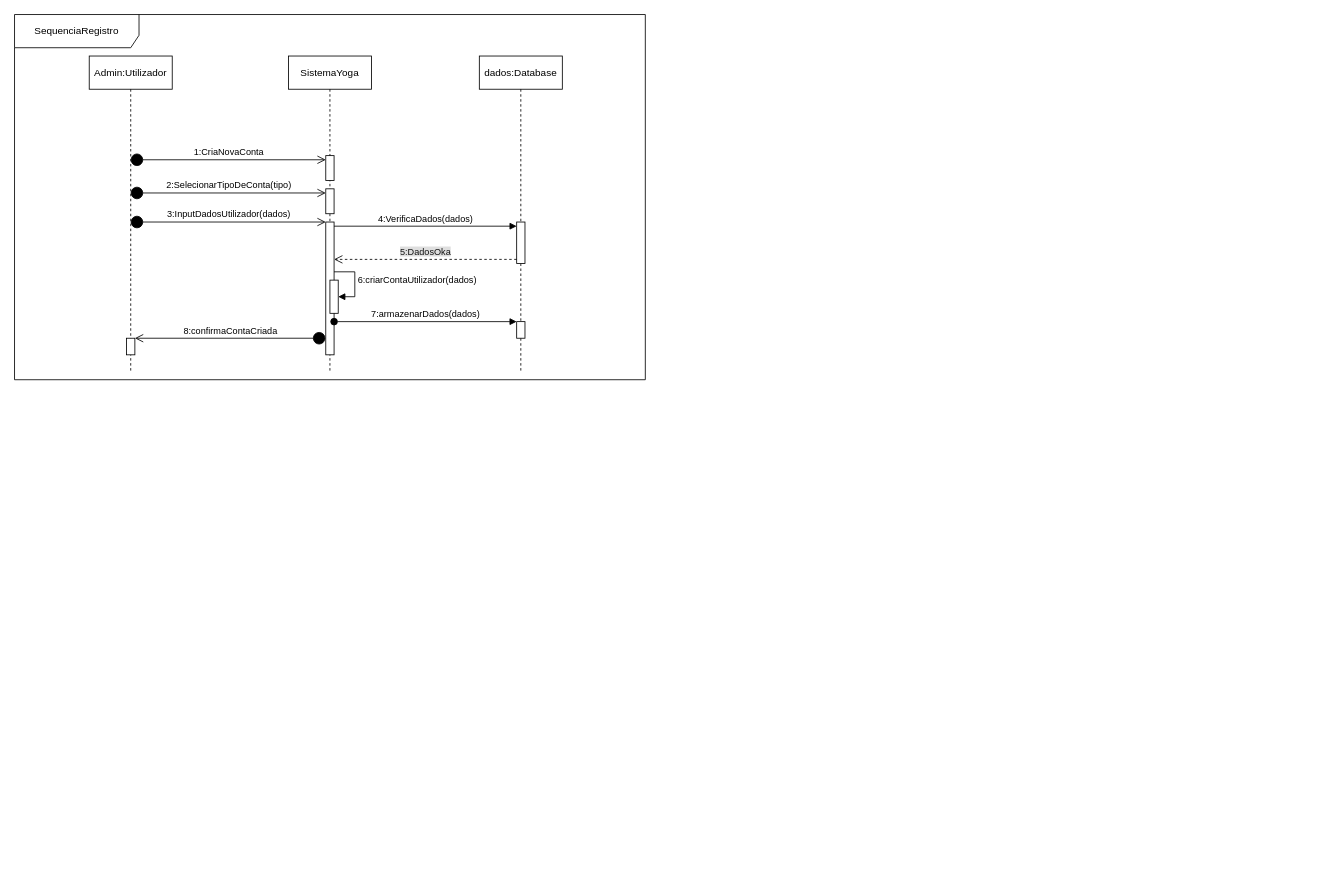
Above: page "Sequencia" (4 of 4) of Diagramas UML.drawio in Esmael285/TecWeb26 (draw.io), before the change. Source tidied: cells renumbered, new cells numbered last; positions are measured from the earlier drawing's top-left corner, leaving out a move shared by most shapes. Both pictures are drawn from the tidied source at 83%, with x=0, y=0 at pixel (14, 14).
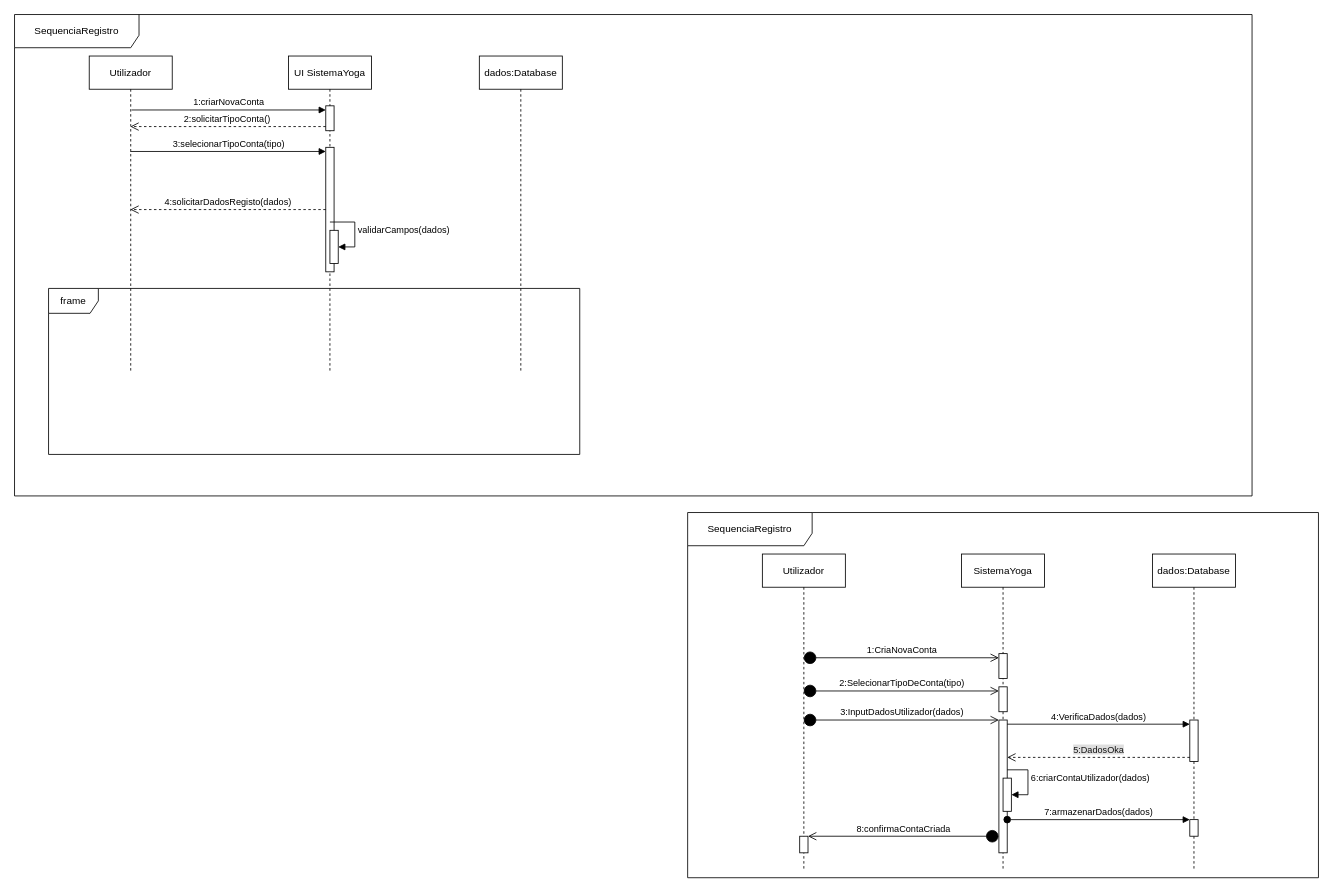
After the change.

Change to the diagram source:
```diff
@@
     <mxCell id="2" value="SequenciaRegistro" style="shape=umlFrame;whiteSpace=wrap;html=1;width=150;height=40;" parent="1" vertex="1">
-      <mxGeometry width="760" height="440" as="geometry" />
+      <mxGeometry width="1491" height="580" as="geometry" />
     </mxCell>
-    <mxCell id="3" value="Admin:Utilizador" style="shape=umlLifeline;perimeter=lifelinePerimeter;whiteSpace=wrap;html=1;outlineConnect=0;portConstraint=eastwest;newEdgeStyle={&quot;curved&quot;:0,&quot;rounded&quot;:0};" parent="1" vertex="1">
+    <mxCell id="3" value="Utilizador" style="shape=umlLifeline;perimeter=lifelinePerimeter;whiteSpace=wrap;html=1;outlineConnect=0;portConstraint=eastwest;newEdgeStyle={&quot;curved&quot;:0,&quot;rounded&quot;:0};" parent="1" vertex="1">
       <mxGeometry x="90" y="50" width="100" height="380" as="geometry" />
     </mxCell>
+    <mxCell id="5" value="UI SistemaYoga" style="shape=umlLifeline;perimeter=lifelinePerimeter;whiteSpace=wrap;html=1;newEdgeStyle={&quot;curved&quot;:0,&quot;rounded&quot;:0};" parent="1" vertex="1">
+      <mxGeometry x="330" y="50" width="100" height="380" as="geometry" />
+    </mxCell>
+    <mxCell id="21" style="html=1;points=[[0,0,0,0,5],[0,1,0,0,-5],[1,0,0,0,5],[1,1,0,0,-5]];perimeter=orthogonalPerimeter;outlineConnect=0;targetShapes=umlLifeline;portConstraint=eastwest;newEdgeStyle={&quot;curved&quot;:0,&quot;rounded&quot;:0};" parent="5" vertex="1">
+      <mxGeometry x="45" y="60" width="10" height="30" as="geometry" />
+    </mxCell>
+    <mxCell id="22" style="html=1;points=[[0,0,0,0,5],[0,1,0,0,-5],[1,0,0,0,5],[1,1,0,0,-5]];perimeter=orthogonalPerimeter;outlineConnect=0;targetShapes=umlLifeline;portConstraint=eastwest;newEdgeStyle={&quot;curved&quot;:0,&quot;rounded&quot;:0};" parent="5" vertex="1">
+      <mxGeometry x="45" y="110" width="10" height="150" as="geometry" />
+    </mxCell>
+    <mxCell id="23" style="html=1;points=[[0,0,0,0,5],[0,1,0,0,-5],[1,0,0,0,5],[1,1,0,0,-5]];perimeter=orthogonalPerimeter;outlineConnect=0;targetShapes=umlLifeline;portConstraint=eastwest;newEdgeStyle={&quot;curved&quot;:0,&quot;rounded&quot;:0};" parent="5" vertex="1">
+      <mxGeometry x="50" y="210" width="10" height="40" as="geometry" />
+    </mxCell>
+    <mxCell id="24" value="validarCampos(dados)" style="html=1;align=left;spacingLeft=2;endArrow=block;rounded=0;edgeStyle=orthogonalEdgeStyle;curved=0;rounded=0;" parent="5" edge="1" target="23">
+      <mxGeometry relative="1" as="geometry">
+        <mxPoint x="50" y="200" as="sourcePoint" />
+        <Array as="points">
+          <mxPoint x="80" y="230" />
+        </Array>
+      </mxGeometry>
+    </mxCell>
+    <mxCell id="11" value="dados:Database" style="shape=umlLifeline;perimeter=lifelinePerimeter;whiteSpace=wrap;html=1;newEdgeStyle={&quot;curved&quot;:0,&quot;rounded&quot;:0};" parent="1" vertex="1">
+      <mxGeometry x="560" y="50" width="100" height="380" as="geometry" />
+    </mxCell>
+    <mxCell id="25" value="SequenciaRegistro" style="shape=umlFrame;whiteSpace=wrap;html=1;width=150;height=40;" parent="1" vertex="1">
+      <mxGeometry x="811" y="600" width="760" height="440" as="geometry" />
+    </mxCell>
+    <mxCell id="26" value="Utilizador" style="shape=umlLifeline;perimeter=lifelinePerimeter;whiteSpace=wrap;html=1;outlineConnect=0;portConstraint=eastwest;newEdgeStyle={&quot;curved&quot;:0,&quot;rounded&quot;:0};" parent="1" vertex="1">
+      <mxGeometry x="901" y="650" width="100" height="380" as="geometry" />
+    </mxCell>
-    <mxCell id="4" style="html=1;points=[[0,0,0,0,5],[0,1,0,0,-5],[1,0,0,0,5],[1,1,0,0,-5]];perimeter=orthogonalPerimeter;outlineConnect=0;targetShapes=umlLifeline;portConstraint=eastwest;newEdgeStyle={&quot;curved&quot;:0,&quot;rounded&quot;:0};" parent="3" vertex="1">
+    <mxCell id="4" style="html=1;points=[[0,0,0,0,5],[0,1,0,0,-5],[1,0,0,0,5],[1,1,0,0,-5]];perimeter=orthogonalPerimeter;outlineConnect=0;targetShapes=umlLifeline;portConstraint=eastwest;newEdgeStyle={&quot;curved&quot;:0,&quot;rounded&quot;:0};" parent="26" vertex="1">
       <mxGeometry x="45" y="340" width="10" height="20" as="geometry" />
     </mxCell>
-    <mxCell id="5" value="SistemaYoga" style="shape=umlLifeline;perimeter=lifelinePerimeter;whiteSpace=wrap;html=1;newEdgeStyle={&quot;curved&quot;:0,&quot;rounded&quot;:0};" parent="1" vertex="1">
-      <mxGeometry x="330" y="50" width="100" height="380" as="geometry" />
-    </mxCell>
+    <mxCell id="27" value="SistemaYoga" style="shape=umlLifeline;perimeter=lifelinePerimeter;whiteSpace=wrap;html=1;newEdgeStyle={&quot;curved&quot;:0,&quot;rounded&quot;:0};" parent="1" vertex="1">
+      <mxGeometry x="1141" y="650" width="100" height="380" as="geometry" />
+    </mxCell>
-    <mxCell id="6" value="6:criarContaUtilizador(dados)" style="html=1;align=left;spacingLeft=2;endArrow=block;rounded=0;edgeStyle=orthogonalEdgeStyle;curved=0;rounded=0;" parent="5" edge="1" target="10">
+    <mxCell id="6" value="6:criarContaUtilizador(dados)" style="html=1;align=left;spacingLeft=2;endArrow=block;rounded=0;edgeStyle=orthogonalEdgeStyle;curved=0;rounded=0;" parent="27" edge="1" target="10">
       <mxGeometry relative="1" as="geometry">
         <mxPoint x="50" y="260" as="sourcePoint" />
         <Array as="points">
           <mxPoint x="80" y="290" />
         </Array>
       </mxGeometry>
     </mxCell>
-    <mxCell id="7" style="html=1;points=[[0,0,0,0,5],[0,1,0,0,-5],[1,0,0,0,5],[1,1,0,0,-5]];perimeter=orthogonalPerimeter;outlineConnect=0;targetShapes=umlLifeline;portConstraint=eastwest;newEdgeStyle={&quot;curved&quot;:0,&quot;rounded&quot;:0};" parent="5" vertex="1">
+    <mxCell id="7" style="html=1;points=[[0,0,0,0,5],[0,1,0,0,-5],[1,0,0,0,5],[1,1,0,0,-5]];perimeter=orthogonalPerimeter;outlineConnect=0;targetShapes=umlLifeline;portConstraint=eastwest;newEdgeStyle={&quot;curved&quot;:0,&quot;rounded&quot;:0};" parent="27" vertex="1">
       <mxGeometry x="45" y="120" width="10" height="30" as="geometry" />
     </mxCell>
-    <mxCell id="8" style="html=1;points=[[0,0,0,0,5],[0,1,0,0,-5],[1,0,0,0,5],[1,1,0,0,-5]];perimeter=orthogonalPerimeter;outlineConnect=0;targetShapes=umlLifeline;portConstraint=eastwest;newEdgeStyle={&quot;curved&quot;:0,&quot;rounded&quot;:0};" parent="5" vertex="1">
+    <mxCell id="8" style="html=1;points=[[0,0,0,0,5],[0,1,0,0,-5],[1,0,0,0,5],[1,1,0,0,-5]];perimeter=orthogonalPerimeter;outlineConnect=0;targetShapes=umlLifeline;portConstraint=eastwest;newEdgeStyle={&quot;curved&quot;:0,&quot;rounded&quot;:0};" parent="27" vertex="1">
       <mxGeometry x="45" y="160" width="10" height="30" as="geometry" />
     </mxCell>
-    <mxCell id="9" style="html=1;points=[[0,0,0,0,5],[0,1,0,0,-5],[1,0,0,0,5],[1,1,0,0,-5]];perimeter=orthogonalPerimeter;outlineConnect=0;targetShapes=umlLifeline;portConstraint=eastwest;newEdgeStyle={&quot;curved&quot;:0,&quot;rounded&quot;:0};" parent="5" vertex="1">
+    <mxCell id="9" style="html=1;points=[[0,0,0,0,5],[0,1,0,0,-5],[1,0,0,0,5],[1,1,0,0,-5]];perimeter=orthogonalPerimeter;outlineConnect=0;targetShapes=umlLifeline;portConstraint=eastwest;newEdgeStyle={&quot;curved&quot;:0,&quot;rounded&quot;:0};" parent="27" vertex="1">
       <mxGeometry x="45" y="200" width="10" height="160" as="geometry" />
     </mxCell>
-    <mxCell id="10" style="html=1;points=[[0,0,0,0,5],[0,1,0,0,-5],[1,0,0,0,5],[1,1,0,0,-5]];perimeter=orthogonalPerimeter;outlineConnect=0;targetShapes=umlLifeline;portConstraint=eastwest;newEdgeStyle={&quot;curved&quot;:0,&quot;rounded&quot;:0};fillColor=light-dark(#FFFFFF,#FFFFFF);" parent="5" vertex="1">
+    <mxCell id="10" style="html=1;points=[[0,0,0,0,5],[0,1,0,0,-5],[1,0,0,0,5],[1,1,0,0,-5]];perimeter=orthogonalPerimeter;outlineConnect=0;targetShapes=umlLifeline;portConstraint=eastwest;newEdgeStyle={&quot;curved&quot;:0,&quot;rounded&quot;:0};fillColor=light-dark(#FFFFFF,#FFFFFF);" parent="27" vertex="1">
       <mxGeometry x="50" y="270" width="10" height="40" as="geometry" />
     </mxCell>
-    <mxCell id="11" value="dados:Database" style="shape=umlLifeline;perimeter=lifelinePerimeter;whiteSpace=wrap;html=1;newEdgeStyle={&quot;curved&quot;:0,&quot;rounded&quot;:0};" parent="1" vertex="1">
-      <mxGeometry x="560" y="50" width="100" height="380" as="geometry" />
-    </mxCell>
+    <mxCell id="28" value="dados:Database" style="shape=umlLifeline;perimeter=lifelinePerimeter;whiteSpace=wrap;html=1;newEdgeStyle={&quot;curved&quot;:0,&quot;rounded&quot;:0};" parent="1" vertex="1">
+      <mxGeometry x="1371" y="650" width="100" height="380" as="geometry" />
+    </mxCell>
-    <mxCell id="12" style="html=1;points=[[0,0,0,0,5],[0,1,0,0,-5],[1,0,0,0,5],[1,1,0,0,-5]];perimeter=orthogonalPerimeter;outlineConnect=0;targetShapes=umlLifeline;portConstraint=eastwest;newEdgeStyle={&quot;curved&quot;:0,&quot;rounded&quot;:0};" parent="11" vertex="1">
+    <mxCell id="12" style="html=1;points=[[0,0,0,0,5],[0,1,0,0,-5],[1,0,0,0,5],[1,1,0,0,-5]];perimeter=orthogonalPerimeter;outlineConnect=0;targetShapes=umlLifeline;portConstraint=eastwest;newEdgeStyle={&quot;curved&quot;:0,&quot;rounded&quot;:0};" parent="28" vertex="1">
       <mxGeometry x="45" y="320" width="10" height="20" as="geometry" />
     </mxCell>
-    <mxCell id="13" style="html=1;points=[[0,0,0,0,5],[0,1,0,0,-5],[1,0,0,0,5],[1,1,0,0,-5]];perimeter=orthogonalPerimeter;outlineConnect=0;targetShapes=umlLifeline;portConstraint=eastwest;newEdgeStyle={&quot;curved&quot;:0,&quot;rounded&quot;:0};" parent="11" vertex="1">
+    <mxCell id="13" style="html=1;points=[[0,0,0,0,5],[0,1,0,0,-5],[1,0,0,0,5],[1,1,0,0,-5]];perimeter=orthogonalPerimeter;outlineConnect=0;targetShapes=umlLifeline;portConstraint=eastwest;newEdgeStyle={&quot;curved&quot;:0,&quot;rounded&quot;:0};" parent="28" vertex="1">
       <mxGeometry x="45" y="200" width="10" height="50" as="geometry" />
     </mxCell>
     <mxCell id="14" value="7:armazenarDados(dados)" style="html=1;verticalAlign=bottom;startArrow=oval;startFill=1;endArrow=block;startSize=8;curved=0;rounded=0;" parent="1" edge="1" target="12">
       <mxGeometry relative="1" as="geometry">
-        <mxPoint x="385" y="370" as="sourcePoint" />
+        <mxPoint x="1196" y="970" as="sourcePoint" />
       </mxGeometry>
     </mxCell>
     <mxCell id="15" value="&lt;span style=&quot;text-align: left;&quot;&gt;4:VerificaDados(dados)&lt;/span&gt;" style="html=1;verticalAlign=bottom;endArrow=block;curved=0;rounded=0;entryX=0;entryY=0;entryDx=0;entryDy=5;" parent="1" edge="1" target="13">
       <mxGeometry relative="1" as="geometry">
-        <mxPoint x="385" y="255" as="sourcePoint" />
+        <mxPoint x="1196" y="855" as="sourcePoint" />
       </mxGeometry>
     </mxCell>
     <mxCell id="16" value="&lt;span style=&quot;caret-color: rgb(18, 18, 18); color: rgb(18, 18, 18); background-color: rgb(222, 222, 222);&quot;&gt;5:DadosOka&lt;/span&gt;" style="html=1;verticalAlign=bottom;endArrow=open;dashed=1;endSize=8;curved=0;rounded=0;exitX=0;exitY=1;exitDx=0;exitDy=-5;" parent="1" edge="1" source="13">
       <mxGeometry relative="1" as="geometry">
-        <mxPoint x="385" y="295" as="targetPoint" />
+        <mxPoint x="1196" y="895" as="targetPoint" />
       </mxGeometry>
     </mxCell>
@@
-    <mxCell id="18" value="2:SelecionarTipoDeConta(tipo)" style="html=1;verticalAlign=bottom;startArrow=circle;startFill=1;endArrow=open;startSize=6;endSize=8;curved=0;rounded=0;entryX=0;entryY=0;entryDx=0;entryDy=5;entryPerimeter=0;" parent="1" edge="1" source="3" target="8">
+    <mxCell id="18" value="2:SelecionarTipoDeConta(tipo)" style="html=1;verticalAlign=bottom;startArrow=circle;startFill=1;endArrow=open;startSize=6;endSize=8;curved=0;rounded=0;entryX=0;entryY=0;entryDx=0;entryDy=5;entryPerimeter=0;" parent="1" edge="1" source="26" target="8">
       <mxGeometry relative="1" as="geometry" />
     </mxCell>
-    <mxCell id="19" value="1:CriaNovaConta" style="html=1;verticalAlign=bottom;startArrow=circle;startFill=1;endArrow=open;startSize=6;endSize=8;curved=0;rounded=0;entryX=0;entryY=0;entryDx=0;entryDy=5;entryPerimeter=0;" parent="1" edge="1" source="3" target="7">
+    <mxCell id="19" value="1:CriaNovaConta" style="html=1;verticalAlign=bottom;startArrow=circle;startFill=1;endArrow=open;startSize=6;endSize=8;curved=0;rounded=0;entryX=0;entryY=0;entryDx=0;entryDy=5;entryPerimeter=0;" parent="1" edge="1" source="26" target="7">
       <mxGeometry relative="1" as="geometry" />
     </mxCell>
-    <mxCell id="20" value="3:InputDadosUtilizador(dados)" style="html=1;verticalAlign=bottom;startArrow=circle;startFill=1;endArrow=open;startSize=6;endSize=8;curved=0;rounded=0;" parent="1" edge="1" source="3" target="9">
+    <mxCell id="20" value="3:InputDadosUtilizador(dados)" style="html=1;verticalAlign=bottom;startArrow=circle;startFill=1;endArrow=open;startSize=6;endSize=8;curved=0;rounded=0;" parent="1" edge="1" source="26" target="9">
       <mxGeometry relative="1" as="geometry" />
     </mxCell>
+    <mxCell id="29" value="1:criarNovaConta" style="html=1;verticalAlign=bottom;endArrow=block;curved=0;rounded=0;entryX=0;entryY=0;entryDx=0;entryDy=5;" parent="1" edge="1" target="21">
+      <mxGeometry relative="1" as="geometry">
+        <mxPoint x="141" y="115" as="sourcePoint" />
+      </mxGeometry>
+    </mxCell>
+    <mxCell id="30" value="2:solicitarTipoConta()" style="html=1;verticalAlign=bottom;endArrow=open;dashed=1;endSize=8;curved=0;rounded=0;exitX=0;exitY=1;exitDx=0;exitDy=-5;" parent="1" edge="1" source="21" target="3">
+      <mxGeometry x="0.01" relative="1" as="geometry" />
+    </mxCell>
+    <mxCell id="31" value="3:selecionarTipoConta(tipo)" style="html=1;verticalAlign=bottom;endArrow=block;curved=0;rounded=0;entryX=0;entryY=0;entryDx=0;entryDy=5;" parent="1" edge="1" source="3" target="22">
+      <mxGeometry relative="1" as="geometry" />
+    </mxCell>
+    <mxCell id="32" value="4:solicitarDadosRegisto(dados)" style="html=1;verticalAlign=bottom;endArrow=open;dashed=1;endSize=8;curved=0;rounded=0;" parent="1" edge="1" source="22" target="3">
+      <mxGeometry relative="1" as="geometry" />
+    </mxCell>
+    <mxCell id="33" value="frame" style="shape=umlFrame;whiteSpace=wrap;html=1;" parent="1" vertex="1">
+      <mxGeometry x="41" y="330" width="640" height="200" as="geometry" />
+    </mxCell>
```
